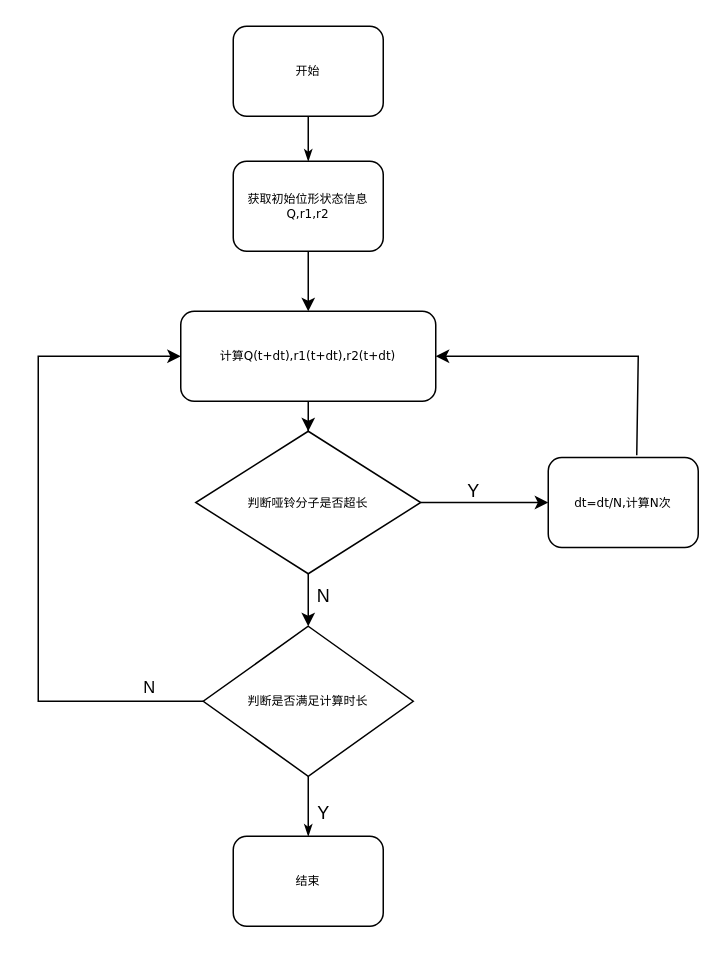
Earlier version of the draw.io diagram 计算流程图.drawio (mauhin/auto). Source tidied: cells renumbered, new cells numbered last; positions are measured from the earlier drawing's top-left corner, leaving out a move shared by most shapes. Both pictures are drawn from the tidied source at 150%, with x=0, y=0 at pixel (38, 26).
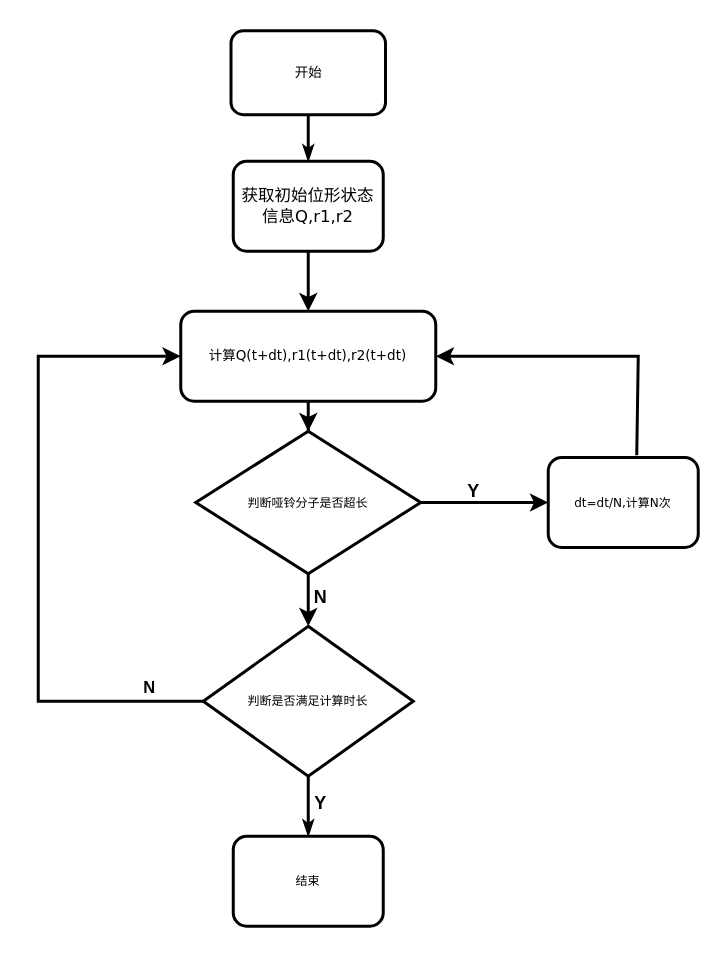
Above is the later version.

Commit message:
更新计算流程图.drawio

Diff of the diagram source:
```diff
@@
-    <mxCell id="2" value="开始" style="rounded=1;whiteSpace=wrap;html=1;shadow=0;labelBackgroundColor=none;strokeWidth=1;fontFamily=Verdana;fontSize=8;align=center;" parent="1" vertex="1">
-      <mxGeometry x="130" width="100" height="60" as="geometry" />
+    <mxCell id="2" value="&lt;font style=&quot;font-size: 9px;&quot;&gt;开始&lt;/font&gt;" style="rounded=1;whiteSpace=wrap;html=1;shadow=0;labelBackgroundColor=none;strokeWidth=2;fontFamily=Verdana;fontSize=9;align=center;" parent="1" vertex="1">
+      <mxGeometry x="128.5" y="3" width="103" height="56" as="geometry" />
     </mxCell>
-    <mxCell id="3" style="edgeStyle=orthogonalEdgeStyle;rounded=1;html=1;labelBackgroundColor=none;startArrow=none;startFill=0;startSize=5;endArrow=classicThin;endFill=1;endSize=5;jettySize=auto;strokeWidth=1;fontFamily=Verdana;fontSize=8;" parent="1" edge="1" source="2" target="5">
+    <mxCell id="3" style="edgeStyle=orthogonalEdgeStyle;rounded=1;html=1;labelBackgroundColor=none;startArrow=none;startFill=0;startSize=5;endArrow=classicThin;endFill=1;endSize=5;jettySize=auto;strokeWidth=2;fontFamily=Verdana;fontSize=8;" parent="1" edge="1" source="2" target="5">
       <mxGeometry relative="1" as="geometry" />
     </mxCell>
-    <mxCell id="4" style="edgeStyle=orthogonalEdgeStyle;rounded=0;jettySize=auto;html=1;" parent="1" edge="1" source="5" target="14">
+    <mxCell id="4" style="edgeStyle=orthogonalEdgeStyle;rounded=0;jettySize=auto;html=1;strokeWidth=2;" parent="1" edge="1" source="5" target="14">
       <mxGeometry relative="1" as="geometry" />
     </mxCell>
-    <mxCell id="5" value="获取初始位形状态信息Q,r1,r2" style="rounded=1;whiteSpace=wrap;html=1;shadow=0;labelBackgroundColor=none;strokeWidth=1;fontFamily=Verdana;fontSize=8;align=center;" parent="1" vertex="1">
+    <mxCell id="5" value="&lt;font style=&quot;font-size: 11px;&quot;&gt;获取初始位形状态信息Q,r1,r2&lt;/font&gt;" style="rounded=1;whiteSpace=wrap;html=1;shadow=0;labelBackgroundColor=none;strokeWidth=2;fontFamily=Verdana;fontSize=8;align=center;" parent="1" vertex="1">
       <mxGeometry x="130" y="90" width="100" height="60" as="geometry" />
     </mxCell>
-    <mxCell id="6" value="dt=dt/N,计算N次" style="rounded=1;whiteSpace=wrap;html=1;shadow=0;labelBackgroundColor=none;strokeWidth=1;fontFamily=Verdana;fontSize=8;align=center;" parent="1" vertex="1">
+    <mxCell id="6" value="dt=dt/N,计算N次" style="rounded=1;whiteSpace=wrap;html=1;shadow=0;labelBackgroundColor=none;strokeWidth=2;fontFamily=Verdana;fontSize=8;align=center;" parent="1" vertex="1">
       <mxGeometry x="340" y="287.5" width="100" height="60" as="geometry" />
     </mxCell>
-    <mxCell id="7" value="判断是否满足计算时长" style="rhombus;whiteSpace=wrap;html=1;rounded=0;shadow=0;labelBackgroundColor=none;strokeWidth=1;fontFamily=Verdana;fontSize=8;align=center;" parent="1" vertex="1">
+    <mxCell id="7" value="判断是否满足计算时长" style="rhombus;whiteSpace=wrap;html=1;rounded=0;shadow=0;labelBackgroundColor=none;strokeWidth=2;fontFamily=Verdana;fontSize=8;align=center;" parent="1" vertex="1">
       <mxGeometry x="110" y="400" width="140" height="100" as="geometry" />
     </mxCell>
-    <mxCell id="8" style="edgeStyle=orthogonalEdgeStyle;rounded=1;html=1;labelBackgroundColor=none;startArrow=none;startFill=0;startSize=5;endArrow=classicThin;endFill=1;endSize=5;jettySize=auto;strokeWidth=1;fontFamily=Verdana;fontSize=8;" parent="1" edge="1" source="7" target="12">
+    <mxCell id="8" style="edgeStyle=orthogonalEdgeStyle;rounded=1;html=1;labelBackgroundColor=none;startArrow=none;startFill=0;startSize=5;endArrow=classicThin;endFill=1;endSize=5;jettySize=auto;strokeWidth=2;fontFamily=Verdana;fontSize=8;" parent="1" edge="1" source="7" target="12">
       <mxGeometry relative="1" as="geometry" />
     </mxCell>
-    <mxCell id="9" style="edgeStyle=orthogonalEdgeStyle;rounded=0;jettySize=auto;html=1;" parent="1" edge="1" source="11" target="6">
+    <mxCell id="9" style="edgeStyle=orthogonalEdgeStyle;rounded=0;jettySize=auto;html=1;strokeWidth=2;" parent="1" edge="1" source="11" target="6">
       <mxGeometry relative="1" as="geometry" />
     </mxCell>
-    <mxCell id="10" style="edgeStyle=orthogonalEdgeStyle;rounded=0;jettySize=auto;html=1;" parent="1" edge="1" source="11" target="7">
+    <mxCell id="10" style="edgeStyle=orthogonalEdgeStyle;rounded=0;jettySize=auto;html=1;strokeWidth=2;" parent="1" edge="1" source="11" target="7">
       <mxGeometry relative="1" as="geometry" />
     </mxCell>
-    <mxCell id="11" value="判断哑铃分子是否超长" style="rhombus;whiteSpace=wrap;html=1;rounded=0;shadow=0;labelBackgroundColor=none;strokeWidth=1;fontFamily=Verdana;fontSize=8;align=center;" parent="1" vertex="1">
+    <mxCell id="11" value="判断哑铃分子是否超长" style="rhombus;whiteSpace=wrap;html=1;rounded=0;shadow=0;labelBackgroundColor=none;strokeWidth=2;fontFamily=Verdana;fontSize=8;align=center;" parent="1" vertex="1">
       <mxGeometry x="105" y="270" width="150" height="95" as="geometry" />
     </mxCell>
-    <mxCell id="12" value="结束" style="rounded=1;whiteSpace=wrap;html=1;shadow=0;labelBackgroundColor=none;strokeWidth=1;fontFamily=Verdana;fontSize=8;align=center;" parent="1" vertex="1">
+    <mxCell id="12" value="结束" style="rounded=1;whiteSpace=wrap;html=1;shadow=0;labelBackgroundColor=none;strokeWidth=2;fontFamily=Verdana;fontSize=8;align=center;" parent="1" vertex="1">
       <mxGeometry x="130" y="540" width="100" height="60" as="geometry" />
     </mxCell>
-    <mxCell id="13" style="edgeStyle=orthogonalEdgeStyle;rounded=0;jettySize=auto;html=1;" parent="1" edge="1" source="14" target="11">
+    <mxCell id="13" style="edgeStyle=orthogonalEdgeStyle;rounded=0;jettySize=auto;html=1;strokeWidth=2;" parent="1" edge="1" source="14" target="11">
       <mxGeometry relative="1" as="geometry" />
     </mxCell>
-    <mxCell id="14" value="计算Q(t+dt),r1(t+dt),r2(t+dt)" style="whiteSpace=wrap;html=1;fontSize=8;fontFamily=Verdana;rounded=1;shadow=0;labelBackgroundColor=none;strokeWidth=1;" parent="1" vertex="1">
+    <mxCell id="14" value="&lt;font style=&quot;font-size: 9px;&quot;&gt;计算Q(t+dt),r1(t+dt),r2(t+dt)&lt;/font&gt;" style="whiteSpace=wrap;html=1;fontSize=8;fontFamily=Verdana;rounded=1;shadow=0;labelBackgroundColor=none;strokeWidth=2;" parent="1" vertex="1">
       <mxGeometry x="95" y="190" width="170" height="60" as="geometry" />
     </mxCell>
-    <mxCell id="15" style="endArrow=classic;html=1;rounded=0;exitX=0.59;exitY=-0.025;exitDx=0;exitDy=0;exitPerimeter=0;entryX=1;entryY=0.5;entryDx=0;entryDy=0;" parent="1" edge="1" source="6" target="14">
+    <mxCell id="15" style="endArrow=classic;html=1;rounded=0;exitX=0.59;exitY=-0.025;exitDx=0;exitDy=0;exitPerimeter=0;entryX=1;entryY=0.5;entryDx=0;entryDy=0;strokeWidth=2;" parent="1" edge="1" source="6" target="14">
       <mxGeometry relative="1" as="geometry">
         <Array as="points">
           <mxPoint x="400" y="220" />
           <mxPoint x="340" y="220" />
         </Array>
       </mxGeometry>
     </mxCell>
-    <mxCell id="16" style="endArrow=classic;html=1;rounded=0;entryX=0;entryY=0.5;entryDx=0;entryDy=0;exitX=0;exitY=0.5;exitDx=0;exitDy=0;" parent="1" edge="1" source="7" target="14">
+    <mxCell id="16" style="endArrow=classic;html=1;rounded=0;entryX=0;entryY=0.5;entryDx=0;entryDy=0;exitX=0;exitY=0.5;exitDx=0;exitDy=0;strokeWidth=2;" parent="1" edge="1" source="7" target="14">
       <mxGeometry relative="1" as="geometry">
         <Array as="points">
           <mxPoint y="450" />
           <mxPoint y="220" />
         </Array>
       </mxGeometry>
     </mxCell>
-    <mxCell id="17" value="N" style="edgeLabel;html=1;align=center;verticalAlign=middle;" parent="16" vertex="1">
+    <mxCell id="17" value="&lt;b&gt;N&lt;/b&gt;" style="edgeLabel;html=1;align=center;verticalAlign=middle;" parent="16" vertex="1">
       <mxGeometry x="-0.81" y="-2" relative="1" as="geometry">
         <mxPoint x="4" y="-8" as="offset" />
       </mxGeometry>
     </mxCell>
-    <mxCell id="18" value="Y" style="text;html=1;align=center;verticalAlign=middle;strokeColor=none;fillColor=none;" parent="1" vertex="1">
-      <mxGeometry x="275" y="295" width="30" height="30" as="geometry" />
+    <mxCell id="18" value="&lt;b&gt;Y&lt;/b&gt;" style="text;html=1;align=center;verticalAlign=middle;strokeColor=none;fillColor=none;" parent="1" vertex="1">
+      <mxGeometry x="277" y="297" width="26" height="26" as="geometry" />
     </mxCell>
-    <mxCell id="19" value="N" style="text;html=1;align=center;verticalAlign=middle;strokeColor=none;fillColor=none;" parent="1" vertex="1">
-      <mxGeometry x="175" y="365" width="30" height="30" as="geometry" />
+    <mxCell id="19" value="&lt;b&gt;N&lt;/b&gt;" style="text;html=1;align=center;verticalAlign=middle;strokeColor=none;fillColor=none;" parent="1" vertex="1">
+      <mxGeometry x="174" y="368" width="27" height="26" as="geometry" />
     </mxCell>
-    <mxCell id="20" value="Y" style="text;html=1;align=center;verticalAlign=middle;strokeColor=none;fillColor=none;" parent="1" vertex="1">
-      <mxGeometry x="175" y="510" width="30" height="30" as="geometry" />
+    <mxCell id="20" value="&lt;b&gt;Y&lt;/b&gt;" style="text;html=1;align=center;verticalAlign=middle;strokeColor=none;fillColor=none;" parent="1" vertex="1">
+      <mxGeometry x="174.5" y="505" width="26" height="26" as="geometry" />
     </mxCell>
```
